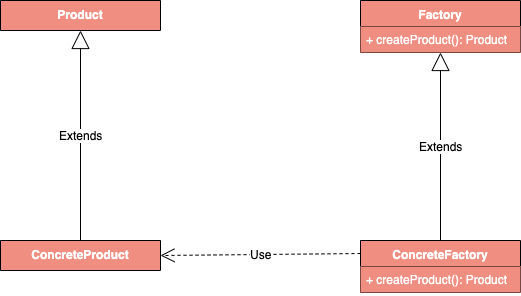
This is docs/drawio/FactoryMethod.png from CodePoem/VDesignPatterns, a draw.io export, as it was before one commit. Source tidied: cells renumbered, new cells last; positions are measured from the earlier drawing's top-left corner, leaving out a move shared by most shapes.
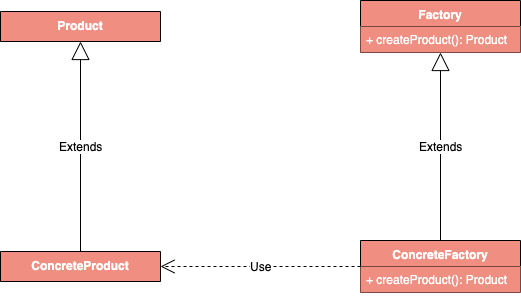
After the change.

Change to the diagram source:
```diff
@@ -18,15 +18,15 @@
       <mxGeometry relative="1" as="geometry" />
     </mxCell>
     <mxCell id="7" value="Product" style="swimlane;fontStyle=1;align=center;verticalAlign=top;horizontal=1;startSize=30;fillColor=#F08E81;fontColor=#FFFFFF;" parent="1" vertex="1">
-      <mxGeometry width="160" height="30" as="geometry" />
+      <mxGeometry y="11" width="160" height="30" as="geometry" />
     </mxCell>
     <mxCell id="8" value="ConcreteProduct" style="swimlane;fontStyle=1;align=center;verticalAlign=top;horizontal=1;startSize=30;fillColor=#F08E81;fontColor=#FFFFFF;" parent="1" vertex="1">
-      <mxGeometry y="240" width="160" height="30" as="geometry" />
+      <mxGeometry y="251" width="160" height="30" as="geometry" />
     </mxCell>
     <mxCell id="9" value="Extends" style="endArrow=block;endSize=16;endFill=0;html=1;fontColor=#000000;entryX=0.5;entryY=1;entryDx=0;entryDy=0;exitX=0.5;exitY=0;exitDx=0;exitDy=0;" parent="1" edge="1" source="8" target="7">
       <mxGeometry relative="1" as="geometry" />
     </mxCell>
-    <mxCell id="10" value="Use" style="endArrow=open;endSize=12;dashed=1;html=1;fontColor=#000000;entryX=1;entryY=0.5;entryDx=0;entryDy=0;exitX=0;exitY=0.25;exitDx=0;exitDy=0;" parent="1" edge="1" source="4" target="8">
+    <mxCell id="10" value="Use" style="endArrow=open;endSize=12;dashed=1;html=1;fontColor=#000000;entryX=1;entryY=0.5;entryDx=0;entryDy=0;exitX=0;exitY=0.5;exitDx=0;exitDy=0;" parent="1" edge="1" source="4" target="8">
       <mxGeometry relative="1" as="geometry" />
     </mxCell>
   </root>
```
